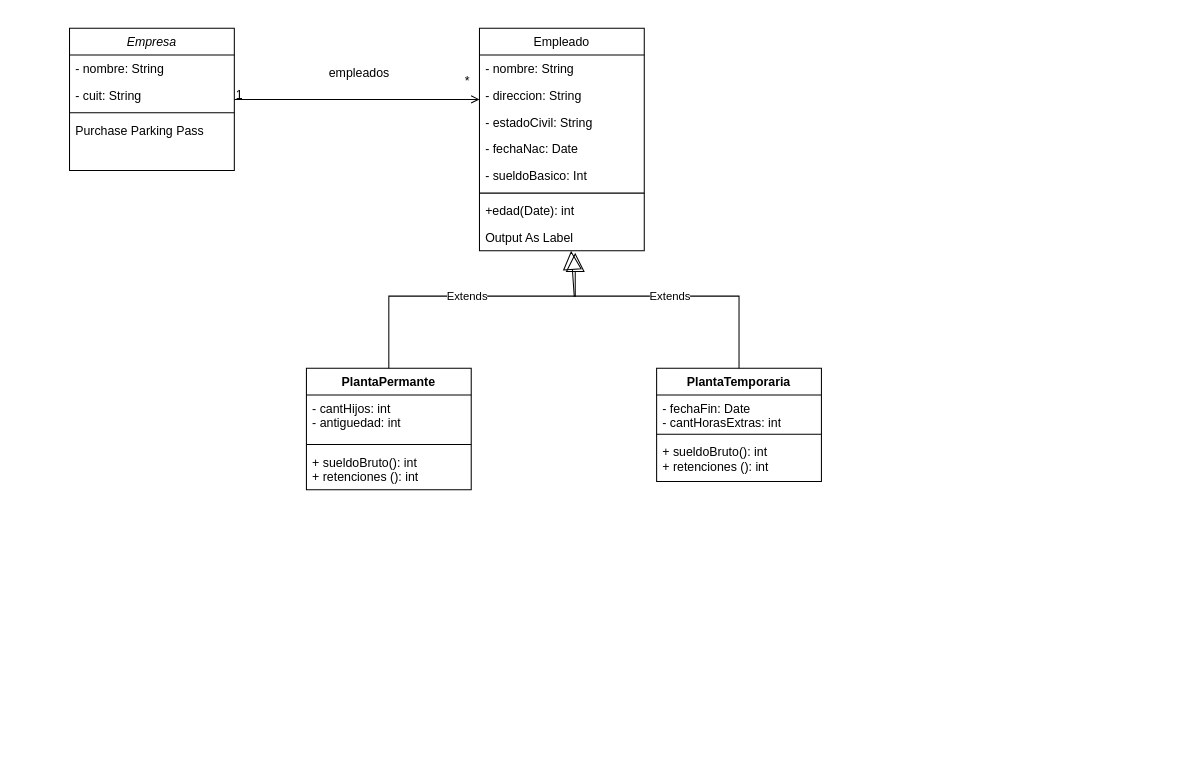
The draw.io diagram Diagrama sin título.drawio in nicotorboli/unqui-po2-torboli, before the edit. Source tidied: cells renumbered, new cells numbered last; positions are measured from the earlier drawing's top-left corner, leaving out a move shared by most shapes. Both pictures are drawn from the tidied source at 103%, with x=0, y=0 at pixel (69, 28).
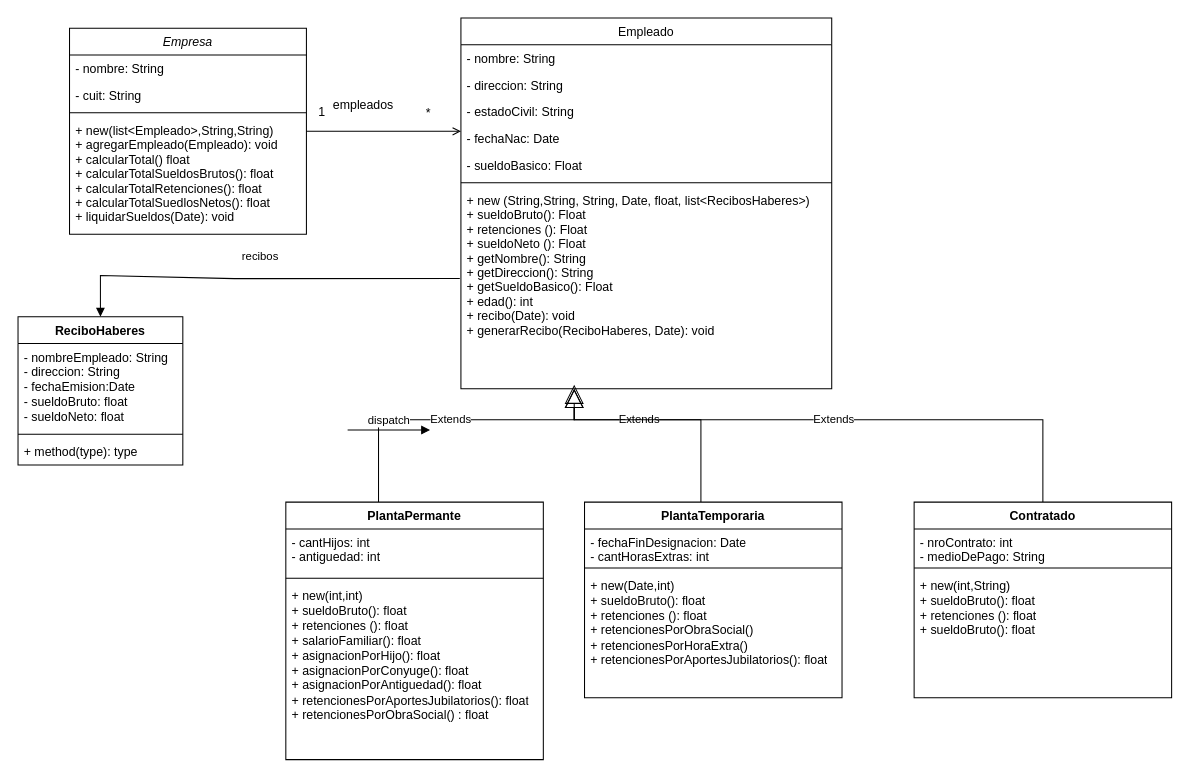
The same diagram, later.

Unchanged cells that the change refers to:
```xml
<mxCell id="16" style="endArrow=open;shadow=0;strokeWidth=1;rounded=0;curved=0;endFill=1;edgeStyle=elbowEdgeStyle;elbow=vertical;" parent="1" edge="1" source="2" target="7">
  <mxGeometry x="0.5" y="41" relative="1" as="geometry">
    <mxPoint x="-40" y="32" as="offset" />
  </mxGeometry>
</mxCell>
```

Change to the diagram source:
```diff
@@
     <mxCell id="2" value="Empresa" style="swimlane;fontStyle=2;align=center;verticalAlign=top;horizontal=1;startSize=26;rounded=0;shadow=0;strokeWidth=1;" parent="1" vertex="1">
-      <mxGeometry width="160" height="138" as="geometry" />
+      <mxGeometry width="230" height="200" as="geometry" />
     </mxCell>
     <mxCell id="3" value="- nombre: String    &#10;            " style="text;align=left;verticalAlign=top;spacingLeft=4;spacingRight=4;overflow=hidden;rounded=0;shadow=0;html=0;" parent="2" vertex="1">
-      <mxGeometry y="26" width="160" height="26" as="geometry" />
+      <mxGeometry y="26" width="230" height="26" as="geometry" />
     </mxCell>
     <mxCell id="4" value="- cuit: String" style="text;align=left;verticalAlign=top;spacingLeft=4;spacingRight=4;overflow=hidden;rounded=0;shadow=0;html=0;" parent="2" vertex="1">
-      <mxGeometry y="52" width="160" height="26" as="geometry" />
+      <mxGeometry y="52" width="230" height="26" as="geometry" />
     </mxCell>
     <mxCell id="5" style="line;html=1;strokeWidth=1;align=left;verticalAlign=middle;spacingTop=-1;spacingLeft=3;spacingRight=3;labelPosition=right;" parent="2" vertex="1">
-      <mxGeometry y="78" width="160" height="8" as="geometry" />
+      <mxGeometry y="78" width="230" height="8" as="geometry" />
     </mxCell>
-    <mxCell id="6" value="Purchase Parking Pass" style="text;align=left;verticalAlign=top;spacingLeft=4;spacingRight=4;overflow=hidden;" parent="2" vertex="1">
-      <mxGeometry y="86" width="160" height="26" as="geometry" />
+    <mxCell id="6" value="+ new(list&lt;Empleado&gt;,String,String)&#10;+ agregarEmpleado(Empleado): void&#10;+ calcularTotal() float&#10;+ calcularTotalSueldosBrutos(): float&#10;+ calcularTotalRetenciones(): float&#10;+ calcularTotalSuedlosNetos(): float&#10;+ liquidarSueldos(Date): void&#10;&#10;" style="text;align=left;verticalAlign=top;spacingLeft=4;spacingRight=4;overflow=hidden;" parent="2" vertex="1">
+      <mxGeometry y="86" width="230" height="114" as="geometry" />
     </mxCell>
     <mxCell id="7" value="Empleado" style="swimlane;fontStyle=0;align=center;verticalAlign=top;horizontal=1;startSize=26;rounded=0;shadow=0;strokeWidth=1;" parent="1" vertex="1">
-      <mxGeometry x="398" width="160" height="216" as="geometry" />
+      <mxGeometry x="380" y="-10" width="360" height="360" as="geometry" />
     </mxCell>
     <mxCell id="8" value="- nombre: String" style="text;align=left;verticalAlign=top;spacingLeft=4;spacingRight=4;overflow=hidden;" parent="7" vertex="1">
-      <mxGeometry y="26" width="160" height="26" as="geometry" />
+      <mxGeometry y="26" width="360" height="26" as="geometry" />
     </mxCell>
     <mxCell id="9" value="- direccion: String" style="text;align=left;verticalAlign=top;spacingLeft=4;spacingRight=4;overflow=hidden;rounded=0;shadow=0;html=0;" parent="7" vertex="1">
-      <mxGeometry y="52" width="160" height="26" as="geometry" />
+      <mxGeometry y="52" width="360" height="26" as="geometry" />
     </mxCell>
     <mxCell id="10" value="- estadoCivil: String " style="text;align=left;verticalAlign=top;spacingLeft=4;spacingRight=4;overflow=hidden;rounded=0;shadow=0;html=0;" parent="7" vertex="1">
-      <mxGeometry y="78" width="160" height="26" as="geometry" />
+      <mxGeometry y="78" width="360" height="26" as="geometry" />
     </mxCell>
     <mxCell id="11" value="- fechaNac: Date" style="text;align=left;verticalAlign=top;spacingLeft=4;spacingRight=4;overflow=hidden;rounded=0;shadow=0;html=0;" parent="7" vertex="1">
-      <mxGeometry y="104" width="160" height="26" as="geometry" />
+      <mxGeometry y="104" width="360" height="26" as="geometry" />
     </mxCell>
-    <mxCell id="12" value="- sueldoBasico: Int" style="text;align=left;verticalAlign=top;spacingLeft=4;spacingRight=4;overflow=hidden;rounded=0;shadow=0;html=0;" parent="7" vertex="1">
-      <mxGeometry y="130" width="160" height="26" as="geometry" />
+    <mxCell id="12" value="- sueldoBasico: Float" style="text;align=left;verticalAlign=top;spacingLeft=4;spacingRight=4;overflow=hidden;rounded=0;shadow=0;html=0;" parent="7" vertex="1">
+      <mxGeometry y="130" width="360" height="26" as="geometry" />
     </mxCell>
     <mxCell id="13" style="line;html=1;strokeWidth=1;align=left;verticalAlign=middle;spacingTop=-1;spacingLeft=3;spacingRight=3;labelPosition=right;" parent="7" vertex="1">
-      <mxGeometry y="156" width="160" height="8" as="geometry" />
+      <mxGeometry y="156" width="360" height="8" as="geometry" />
     </mxCell>
-    <mxCell id="14" value="+edad(Date): int " style="text;align=left;verticalAlign=top;spacingLeft=4;spacingRight=4;overflow=hidden;points=[[0,0.5],[1,0.5]];portConstraint=eastwest;" parent="7" vertex="1">
-      <mxGeometry y="164" width="160" height="26" as="geometry" />
+    <mxCell id="14" value="+ new (String,String, String, Date, float, list&lt;RecibosHaberes&gt;)&#10;+ sueldoBruto(): Float&#10;+ retenciones (): Float&#10;+ sueldoNeto (): Float&#10;+ getNombre(): String&#10;+ getDireccion(): String&#10;+ getSueldoBasico(): Float&#10;+ edad(): int&#10;+ recibo(Date): void&#10;+ generarRecibo(ReciboHaberes, Date): void" style="text;align=left;verticalAlign=top;spacingLeft=4;spacingRight=4;overflow=hidden;points=[[0,0.5],[1,0.5]];portConstraint=eastwest;" parent="7" vertex="1">
+      <mxGeometry y="164" width="360" height="196" as="geometry" />
     </mxCell>
-    <mxCell id="15" value="Output As Label" style="text;align=left;verticalAlign=top;spacingLeft=4;spacingRight=4;overflow=hidden;points=[[0,0.5],[1,0.5]];portConstraint=eastwest;" parent="7" vertex="1">
-      <mxGeometry y="190" width="160" height="26" as="geometry" />
-    </mxCell>
@@
     <mxCell id="17" value="1" style="align=left;verticalAlign=bottom;labelBackgroundColor=none;fontSize=12;" parent="16" vertex="1">
       <mxGeometry x="-1" relative="1" as="geometry">
-        <mxPoint y="4" as="offset" />
+        <mxPoint x="10" y="-10" as="offset" />
       </mxGeometry>
     </mxCell>
     <mxCell id="18" value="*" style="align=right;verticalAlign=bottom;labelBackgroundColor=none;fontSize=12;" parent="16" vertex="1">
       <mxGeometry x="1" relative="1" as="geometry">
-        <mxPoint x="-8" y="-9" as="offset" />
+        <mxPoint x="-28" y="-9" as="offset" />
       </mxGeometry>
     </mxCell>
@@
     <mxCell id="20" value="PlantaPermante" style="swimlane;fontStyle=1;align=center;verticalAlign=top;horizontal=1;startSize=26;whiteSpace=wrap;html=1;" parent="1" vertex="1">
-      <mxGeometry x="230" y="330" width="160" height="118" as="geometry" />
+      <mxGeometry x="210" y="460" width="250" height="250" as="geometry" />
     </mxCell>
     <mxCell id="21" value="- cantHijos: int&lt;div&gt;- antiguedad: int&lt;/div&gt;&lt;div&gt;&lt;br&gt;&lt;/div&gt;" style="text;strokeColor=none;fillColor=none;align=left;verticalAlign=top;spacingLeft=4;spacingRight=4;overflow=hidden;whiteSpace=wrap;html=1;" parent="20" vertex="1">
-      <mxGeometry y="26" width="160" height="44" as="geometry" />
+      <mxGeometry y="26" width="250" height="44" as="geometry" />
     </mxCell>
     <mxCell id="22" style="line;strokeWidth=1;fillColor=none;align=left;verticalAlign=middle;spacingTop=-1;spacingLeft=3;spacingRight=3;labelPosition=right;strokeColor=inherit;" parent="20" vertex="1">
-      <mxGeometry y="70" width="160" height="8" as="geometry" />
+      <mxGeometry y="70" width="250" height="8" as="geometry" />
     </mxCell>
-    <mxCell id="23" value="+ sueldoBruto(): int&lt;div&gt;+ retenciones (): int&lt;br&gt;&lt;div&gt;&lt;br&gt;&lt;/div&gt;&lt;/div&gt;" style="text;strokeColor=none;fillColor=none;align=left;verticalAlign=top;spacingLeft=4;spacingRight=4;overflow=hidden;whiteSpace=wrap;html=1;" parent="20" vertex="1">
-      <mxGeometry y="78" width="160" height="40" as="geometry" />
+    <mxCell id="23" value="&lt;div&gt;+ new(int,int)&lt;/div&gt;+ sueldoBruto(): float&lt;div&gt;+ retenciones (): float&lt;/div&gt;&lt;div&gt;+ salarioFamiliar(): float&lt;/div&gt;&lt;div&gt;+ asignacionPorHijo(): float&lt;/div&gt;&lt;div&gt;+ asignacionPorConyuge(): float&lt;/div&gt;&lt;div&gt;+ asignacionPorAntiguedad(): float&lt;/div&gt;&lt;div&gt;+ retencionesPorAportesJubilatorios(): float&lt;/div&gt;&lt;div&gt;+ retencionesPorObraSocial() : float&lt;br&gt;&lt;div&gt;&lt;br&gt;&lt;/div&gt;&lt;/div&gt;" style="text;strokeColor=none;fillColor=none;align=left;verticalAlign=top;spacingLeft=4;spacingRight=4;overflow=hidden;whiteSpace=wrap;html=1;" parent="20" vertex="1">
+      <mxGeometry y="78" width="250" height="172" as="geometry" />
     </mxCell>
     <mxCell id="24" value="PlantaTemporaria" style="swimlane;fontStyle=1;align=center;verticalAlign=top;horizontal=1;startSize=26;whiteSpace=wrap;html=1;" parent="1" vertex="1">
-      <mxGeometry x="570" y="330" width="160" height="110" as="geometry" />
+      <mxGeometry x="500" y="460" width="250" height="190" as="geometry" />
     </mxCell>
-    <mxCell id="25" value="- fechaFin: Date&lt;div&gt;- cantHorasExtras: int&lt;/div&gt;" style="text;strokeColor=none;fillColor=none;align=left;verticalAlign=top;spacingLeft=4;spacingRight=4;overflow=hidden;whiteSpace=wrap;html=1;" parent="24" vertex="1">
-      <mxGeometry y="26" width="160" height="34" as="geometry" />
+    <mxCell id="25" value="- fechaFinDesignacion: Date&lt;div&gt;- cantHorasExtras: int&lt;/div&gt;" style="text;strokeColor=none;fillColor=none;align=left;verticalAlign=top;spacingLeft=4;spacingRight=4;overflow=hidden;whiteSpace=wrap;html=1;" parent="24" vertex="1">
+      <mxGeometry y="26" width="250" height="34" as="geometry" />
     </mxCell>
     <mxCell id="26" style="line;strokeWidth=1;fillColor=none;align=left;verticalAlign=middle;spacingTop=-1;spacingLeft=3;spacingRight=3;labelPosition=right;strokeColor=inherit;" parent="24" vertex="1">
-      <mxGeometry y="60" width="160" height="8" as="geometry" />
+      <mxGeometry y="60" width="250" height="8" as="geometry" />
     </mxCell>
-    <mxCell id="27" value="+ sueldoBruto(): int&lt;div&gt;+ retenciones (): int&lt;br&gt;&lt;div&gt;&lt;br&gt;&lt;/div&gt;&lt;/div&gt;" style="text;strokeColor=none;fillColor=none;align=left;verticalAlign=top;spacingLeft=4;spacingRight=4;overflow=hidden;whiteSpace=wrap;html=1;" parent="24" vertex="1">
-      <mxGeometry y="68" width="160" height="42" as="geometry" />
+    <mxCell id="27" value="&lt;div&gt;+ new(Date,int)&lt;/div&gt;+ sueldoBruto(): float&lt;div&gt;+ retenciones (): float&lt;br&gt;&lt;div&gt;+ retencionesPorObraSocial()&lt;/div&gt;&lt;/div&gt;&lt;div&gt;+ retencionesPorHoraExtra()&lt;/div&gt;&lt;div&gt;&lt;div&gt;+ retencionesPorAportesJubilatorios(): float&lt;/div&gt;&lt;/div&gt;&lt;div&gt;&lt;br&gt;&lt;/div&gt;" style="text;strokeColor=none;fillColor=none;align=left;verticalAlign=top;spacingLeft=4;spacingRight=4;overflow=hidden;whiteSpace=wrap;html=1;" parent="24" vertex="1">
+      <mxGeometry y="68" width="250" height="122" as="geometry" />
     </mxCell>
-    <mxCell id="28" value="Extends" style="endArrow=block;endSize=16;endFill=0;html=1;rounded=0;entryX=0.581;entryY=1.077;entryDx=0;entryDy=0;entryPerimeter=0;exitX=0.5;exitY=0;exitDx=0;exitDy=0;" parent="1" edge="1" source="20" target="15">
+    <mxCell id="28" value="Extends" style="endArrow=block;endSize=16;endFill=0;html=1;rounded=0;" parent="1" edge="1">
       <mxGeometry relative="1" as="geometry">
+        <mxPoint x="300" y="460" as="sourcePoint" />
+        <mxPoint x="490" y="350" as="targetPoint" />
         <Array as="points">
-          <mxPoint x="310" y="260" />
-          <mxPoint x="491" y="260" />
+          <mxPoint x="300" y="380" />
+          <mxPoint x="490" y="380" />
         </Array>
       </mxGeometry>
     </mxCell>
-    <mxCell id="29" value="Extends" style="endArrow=block;endSize=16;endFill=0;html=1;rounded=0;entryX=0.556;entryY=1;entryDx=0;entryDy=0;entryPerimeter=0;exitX=0.5;exitY=0;exitDx=0;exitDy=0;" parent="1" edge="1" source="24" target="15">
-      <mxGeometry relative="1" as="geometry">
+    <mxCell id="29" value="Extends" style="endArrow=block;endSize=16;endFill=0;html=1;rounded=0;exitX=0.5;exitY=0;exitDx=0;exitDy=0;" parent="1" edge="1">
+      <mxGeometry x="0.18" relative="1" as="geometry">
+        <mxPoint x="613" y="460" as="sourcePoint" />
+        <mxPoint x="490" y="346" as="targetPoint" />
         <Array as="points">
-          <mxPoint x="650" y="260" />
-          <mxPoint x="490" y="260" />
+          <mxPoint x="613" y="380" />
+          <mxPoint x="550" y="380" />
+          <mxPoint x="490" y="380" />
+          <mxPoint x="490" y="370" />
         </Array>
       </mxGeometry>
     </mxCell>
+    <mxCell id="30" value="ReciboHaberes" style="swimlane;fontStyle=1;align=center;verticalAlign=top;horizontal=1;startSize=26;whiteSpace=wrap;html=1;" parent="1" vertex="1">
+      <mxGeometry x="-50" y="280" width="160" height="144" as="geometry" />
+    </mxCell>
+    <mxCell id="31" value="- nombreEmpleado: String&lt;div&gt;- direccion: String&lt;/div&gt;&lt;div&gt;- fechaEmision:Date&lt;/div&gt;&lt;div&gt;- sueldoBruto: float&lt;/div&gt;&lt;div&gt;- sueldoNeto: float&lt;br&gt;&lt;div&gt;&lt;br&gt;&lt;/div&gt;&lt;/div&gt;" style="text;strokeColor=none;fillColor=none;align=left;verticalAlign=top;spacingLeft=4;spacingRight=4;overflow=hidden;whiteSpace=wrap;html=1;" parent="30" vertex="1">
+      <mxGeometry y="26" width="160" height="84" as="geometry" />
+    </mxCell>
+    <mxCell id="32" style="line;strokeWidth=1;fillColor=none;align=left;verticalAlign=middle;spacingTop=-1;spacingLeft=3;spacingRight=3;labelPosition=right;strokeColor=inherit;" parent="30" vertex="1">
+      <mxGeometry y="110" width="160" height="8" as="geometry" />
+    </mxCell>
+    <mxCell id="33" value="+ method(type): type" style="text;strokeColor=none;fillColor=none;align=left;verticalAlign=top;spacingLeft=4;spacingRight=4;overflow=hidden;whiteSpace=wrap;html=1;" parent="30" vertex="1">
+      <mxGeometry y="118" width="160" height="26" as="geometry" />
+    </mxCell>
+    <mxCell id="34" value="Contratado" style="swimlane;fontStyle=1;align=center;verticalAlign=top;horizontal=1;startSize=26;whiteSpace=wrap;html=1;" parent="1" vertex="1">
+      <mxGeometry x="820" y="460" width="250" height="190" as="geometry" />
+    </mxCell>
+    <mxCell id="35" value="- nroContrato: int&lt;div&gt;- medioDePago: String&lt;/div&gt;" style="text;strokeColor=none;fillColor=none;align=left;verticalAlign=top;spacingLeft=4;spacingRight=4;overflow=hidden;whiteSpace=wrap;html=1;" parent="34" vertex="1">
+      <mxGeometry y="26" width="250" height="34" as="geometry" />
+    </mxCell>
+    <mxCell id="36" style="line;strokeWidth=1;fillColor=none;align=left;verticalAlign=middle;spacingTop=-1;spacingLeft=3;spacingRight=3;labelPosition=right;strokeColor=inherit;" parent="34" vertex="1">
+      <mxGeometry y="60" width="250" height="8" as="geometry" />
+    </mxCell>
+    <mxCell id="37" value="&lt;div&gt;+ new(int,String)&lt;/div&gt;+ sueldoBruto(): float&lt;div&gt;+ retenciones (): float&lt;br&gt;&lt;div&gt;+ sueldoBruto(): float&lt;/div&gt;&lt;/div&gt;&lt;div&gt;&lt;br&gt;&lt;/div&gt;" style="text;strokeColor=none;fillColor=none;align=left;verticalAlign=top;spacingLeft=4;spacingRight=4;overflow=hidden;whiteSpace=wrap;html=1;" parent="34" vertex="1">
+      <mxGeometry y="68" width="250" height="122" as="geometry" />
+    </mxCell>
+    <mxCell id="38" value="Extends" style="endArrow=block;endSize=16;endFill=0;html=1;rounded=0;exitX=0.5;exitY=0;exitDx=0;exitDy=0;" parent="1" edge="1" source="34">
+      <mxGeometry relative="1" as="geometry">
+        <mxPoint x="490" y="350" as="targetPoint" />
+        <Array as="points">
+          <mxPoint x="945" y="380" />
+          <mxPoint x="720" y="380" />
+          <mxPoint x="490" y="380" />
+        </Array>
+      </mxGeometry>
+    </mxCell>
+    <mxCell id="39" value="dispatch" style="html=1;verticalAlign=bottom;endArrow=block;curved=0;rounded=0;" parent="1" edge="1">
+      <mxGeometry relative="1" as="geometry">
+        <mxPoint x="270" y="390" as="sourcePoint" />
+        <mxPoint x="350" y="390" as="targetPoint" />
+      </mxGeometry>
+    </mxCell>
+    <mxCell id="40" value="recibos&lt;div&gt;&lt;br&gt;&lt;/div&gt;" style="html=1;verticalAlign=bottom;endArrow=block;curved=0;rounded=0;entryX=0.5;entryY=0;entryDx=0;entryDy=0;exitX=-0.003;exitY=0.454;exitDx=0;exitDy=0;exitPerimeter=0;" parent="1" edge="1" source="14" target="30">
+      <mxGeometry relative="1" as="geometry">
+        <Array as="points">
+          <mxPoint x="160" y="243" />
+          <mxPoint x="30" y="240" />
+        </Array>
+      </mxGeometry>
+    </mxCell>
```
